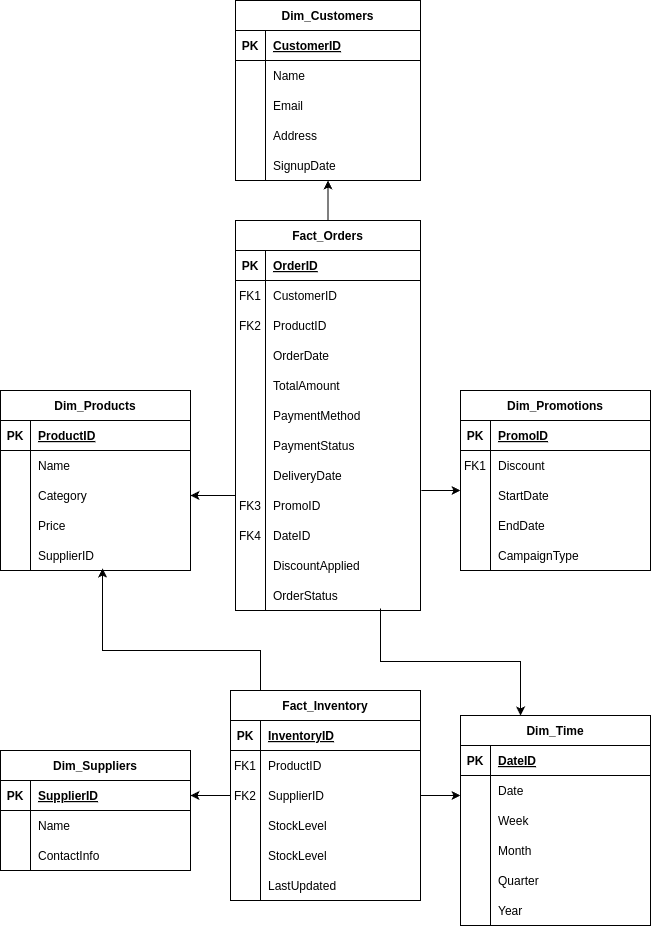
Earlier version of the draw.io export design/ecommerce_star_schema.drawio.png (amanuel496/real-time-ecommerce-etl-pipeline). Source tidied: cells renumbered, new cells last; positions are measured from the earlier drawing's top-left corner, leaving out a move shared by most shapes.
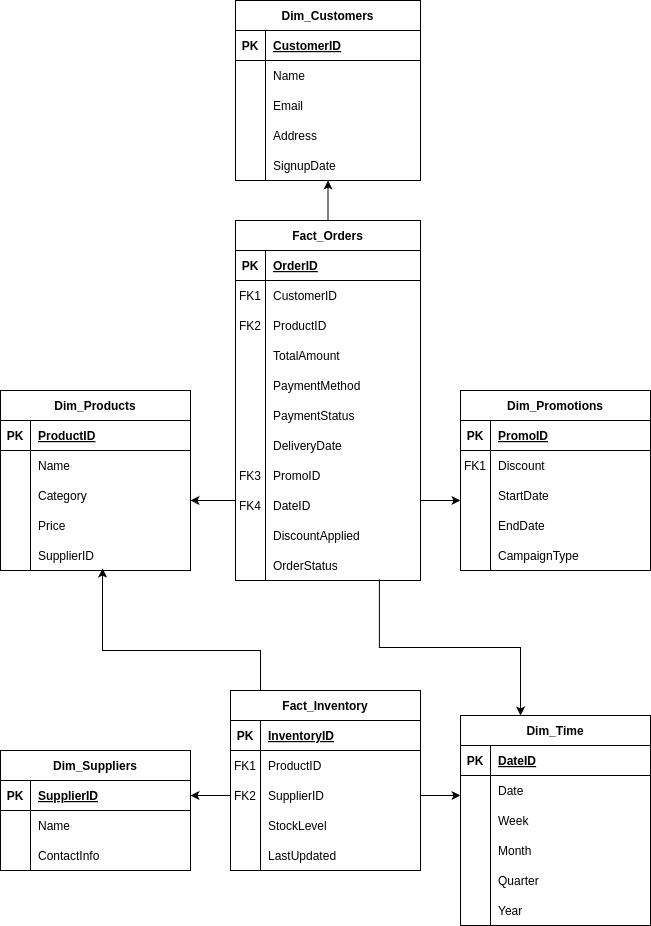
After the change.

Commit message:
Remove streaming script for Kinesis and update Redshift table schema to include SupplierID

Change to the diagram source:
```diff
@@ -2,16 +2,14 @@
   <root>
     <mxCell id="0" />
     <mxCell id="1" parent="0" />
-    <mxCell id="2" style="edgeStyle=elbowEdgeStyle;rounded=0;jettySize=auto;html=1;entryX=0.316;entryY=0;entryDx=0;entryDy=0;elbow=vertical;entryPerimeter=0;exitX=0.719;exitY=0.967;exitDx=0;exitDy=0;exitPerimeter=0;" parent="1" edge="1" target="100">
-      <mxGeometry relative="1" as="geometry">
-        <mxPoint x="380" y="608" as="sourcePoint" />
-      </mxGeometry>
+    <mxCell id="2" style="edgeStyle=elbowEdgeStyle;rounded=0;jettySize=auto;html=1;entryX=0.316;entryY=0;entryDx=0;entryDy=0;elbow=vertical;entryPerimeter=0;exitX=0.778;exitY=0.967;exitDx=0;exitDy=0;exitPerimeter=0;" parent="1" edge="1" source="38" target="100">
+      <mxGeometry relative="1" as="geometry" />
     </mxCell>
     <mxCell id="3" style="edgeStyle=orthogonalEdgeStyle;rounded=0;jettySize=auto;html=1;entryX=0.5;entryY=1;entryDx=0;entryDy=0;" parent="1" edge="1" source="4" target="57">
       <mxGeometry relative="1" as="geometry" />
     </mxCell>
     <mxCell id="4" value="Fact_Orders" style="shape=table;startSize=30;rowLines=0;fontStyle=1;align=center;" parent="1" vertex="1">
-      <mxGeometry x="235" y="220" width="185" height="390" as="geometry" />
+      <mxGeometry x="235" y="220" width="185" height="360" as="geometry" />
     </mxCell>
     <mxCell id="5" style="shape=partialRectangle;fillColor=none;top=0;left=0;right=0;bottom=1;" parent="4" vertex="1">
       <mxGeometry y="30" width="185" height="30" as="geometry" />
@@ -40,17 +38,8 @@
     <mxCell id="13" value="ProductID" style="shape=partialRectangle;overflow=hidden;fillColor=none;top=0;left=0;bottom=0;right=0;align=left;spacingLeft=6;" parent="11" vertex="1">
       <mxGeometry x="30" width="155" height="30" as="geometry" />
     </mxCell>
-    <mxCell id="14" style="shape=partialRectangle;fillColor=none;top=0;left=0;right=0;bottom=0;" parent="4" vertex="1">
-      <mxGeometry y="120" width="185" height="30" as="geometry" />
-    </mxCell>
-    <mxCell id="15" style="shape=partialRectangle;overflow=hidden;fillColor=none;top=0;left=0;bottom=0;right=0;" parent="14" vertex="1">
-      <mxGeometry width="30" height="30" as="geometry" />
-    </mxCell>
-    <mxCell id="16" value="OrderDate" style="shape=partialRectangle;overflow=hidden;fillColor=none;top=0;left=0;bottom=0;right=0;align=left;spacingLeft=6;" parent="14" vertex="1">
-      <mxGeometry x="30" width="155" height="30" as="geometry" />
-    </mxCell>
     <mxCell id="17" style="shape=partialRectangle;fillColor=none;points=[[0,0.5],[1,0.5]];portConstraint=eastwest;top=0;left=0;right=0;bottom=0;" parent="4" vertex="1">
-      <mxGeometry y="150" width="185" height="30" as="geometry" />
+      <mxGeometry y="120" width="185" height="30" as="geometry" />
     </mxCell>
     <mxCell id="18" style="shape=partialRectangle;overflow=hidden;fillColor=none;top=0;left=0;bottom=0;right=0;" parent="17" vertex="1">
       <mxGeometry width="30" height="30" as="geometry" />
@@ -59,7 +48,7 @@
       <mxGeometry x="30" width="155" height="30" as="geometry" />
     </mxCell>
     <mxCell id="20" style="shape=partialRectangle;fillColor=none;top=0;left=0;right=0;bottom=0;" parent="4" vertex="1">
-      <mxGeometry y="180" width="185" height="30" as="geometry" />
+      <mxGeometry y="150" width="185" height="30" as="geometry" />
     </mxCell>
     <mxCell id="21" style="shape=partialRectangle;overflow=hidden;fillColor=none;top=0;left=0;bottom=0;right=0;" parent="20" vertex="1">
       <mxGeometry width="30" height="30" as="geometry" />
@@ -68,7 +57,7 @@
       <mxGeometry x="30" width="155" height="30" as="geometry" />
     </mxCell>
     <mxCell id="23" style="shape=partialRectangle;fillColor=none;top=0;left=0;right=0;bottom=0;" parent="4" vertex="1">
-      <mxGeometry y="210" width="185" height="30" as="geometry" />
+      <mxGeometry y="180" width="185" height="30" as="geometry" />
     </mxCell>
     <mxCell id="24" style="shape=partialRectangle;overflow=hidden;fillColor=none;top=0;left=0;bottom=0;right=0;" parent="23" vertex="1">
       <mxGeometry width="30" height="30" as="geometry" />
@@ -77,7 +66,7 @@
       <mxGeometry x="30" width="155" height="30" as="geometry" />
     </mxCell>
     <mxCell id="26" style="shape=partialRectangle;fillColor=none;points=[[0,0.5],[1,0.5]];portConstraint=eastwest;top=0;left=0;right=0;bottom=0;" parent="4" vertex="1">
-      <mxGeometry y="240" width="185" height="30" as="geometry" />
+      <mxGeometry y="210" width="185" height="30" as="geometry" />
     </mxCell>
     <mxCell id="27" style="shape=partialRectangle;overflow=hidden;fillColor=none;top=0;left=0;bottom=0;right=0;" parent="26" vertex="1">
       <mxGeometry width="30" height="30" as="geometry" />
@@ -86,7 +75,7 @@
       <mxGeometry x="30" width="155" height="30" as="geometry" />
     </mxCell>
     <mxCell id="29" style="shape=partialRectangle;fillColor=none;top=0;left=0;right=0;bottom=0;" parent="4" vertex="1">
-      <mxGeometry y="270" width="185" height="30" as="geometry" />
+      <mxGeometry y="240" width="185" height="30" as="geometry" />
     </mxCell>
     <mxCell id="30" value="FK3" style="shape=partialRectangle;overflow=hidden;fillColor=none;top=0;left=0;bottom=0;right=0;" parent="29" vertex="1">
       <mxGeometry width="30" height="30" as="geometry" />
@@ -95,7 +84,7 @@
       <mxGeometry x="30" width="155" height="30" as="geometry" />
     </mxCell>
     <mxCell id="32" style="shape=partialRectangle;fillColor=none;top=0;left=0;right=0;bottom=0;" parent="4" vertex="1">
-      <mxGeometry y="300" width="185" height="30" as="geometry" />
+      <mxGeometry y="270" width="185" height="30" as="geometry" />
     </mxCell>
     <mxCell id="33" value="FK4" style="shape=partialRectangle;overflow=hidden;fillColor=none;top=0;left=0;bottom=0;right=0;" parent="32" vertex="1">
       <mxGeometry width="30" height="30" as="geometry" />
@@ -104,7 +93,7 @@
       <mxGeometry x="30" width="155" height="30" as="geometry" />
     </mxCell>
     <mxCell id="35" style="shape=partialRectangle;fillColor=none;top=0;left=0;right=0;bottom=0;" parent="4" vertex="1">
-      <mxGeometry y="330" width="185" height="30" as="geometry" />
+      <mxGeometry y="300" width="185" height="30" as="geometry" />
     </mxCell>
     <mxCell id="36" style="shape=partialRectangle;overflow=hidden;fillColor=none;top=0;left=0;bottom=0;right=0;" parent="35" vertex="1">
       <mxGeometry width="30" height="30" as="geometry" />
@@ -113,7 +102,7 @@
       <mxGeometry x="30" width="155" height="30" as="geometry" />
     </mxCell>
     <mxCell id="38" style="shape=partialRectangle;fillColor=none;points=[[0,0.5],[1,0.5]];portConstraint=eastwest;top=0;left=0;right=0;bottom=0;" parent="4" vertex="1">
-      <mxGeometry y="360" width="185" height="30" as="geometry" />
+      <mxGeometry y="330" width="185" height="30" as="geometry" />
     </mxCell>
     <mxCell id="39" style="shape=partialRectangle;overflow=hidden;fillColor=none;top=0;left=0;bottom=0;right=0;" parent="38" vertex="1">
       <mxGeometry width="30" height="30" as="geometry" />
@@ -360,16 +349,18 @@
     <mxCell id="118" value="Year" style="shape=partialRectangle;overflow=hidden;fillColor=none;top=0;left=0;bottom=0;right=0;align=left;spacingLeft=6;" parent="116" vertex="1">
       <mxGeometry x="30" width="160" height="30" as="geometry" />
     </mxCell>
-    <mxCell id="119" style="rounded=0;jettySize=auto;html=1;exitX=1.005;exitY=1;exitDx=0;exitDy=0;exitPerimeter=0;" parent="1" edge="1" source="26">
+    <mxCell id="119" style="rounded=0;orthogonalLoop=1;jettySize=auto;html=1;" parent="1" edge="1">
       <mxGeometry relative="1" as="geometry">
-        <mxPoint x="460" y="490" as="targetPoint" />
+        <mxPoint x="420" y="500" as="sourcePoint" />
+        <mxPoint x="460" y="500" as="targetPoint" />
       </mxGeometry>
     </mxCell>
-    <mxCell id="120" style="edgeStyle=elbowEdgeStyle;rounded=0;jettySize=auto;html=1;elbow=vertical;exitX=0;exitY=0.5;exitDx=0;exitDy=0;" parent="1" edge="1" source="17">
+    <mxCell id="120" style="edgeStyle=elbowEdgeStyle;rounded=0;orthogonalLoop=1;jettySize=auto;html=1;elbow=vertical;exitX=0;exitY=0.5;exitDx=0;exitDy=0;" parent="1" edge="1">
       <mxGeometry relative="1" as="geometry">
-        <mxPoint x="190" y="495" as="targetPoint" />
+        <mxPoint x="235" y="360" as="sourcePoint" />
+        <mxPoint x="190" y="500" as="targetPoint" />
         <Array as="points">
-          <mxPoint x="220" y="495" />
+          <mxPoint x="220" y="500" />
         </Array>
       </mxGeometry>
     </mxCell>
@@ -382,7 +373,7 @@
       </mxGeometry>
     </mxCell>
     <mxCell id="122" value="Fact_Inventory" style="shape=table;startSize=30;rowLines=0;fontStyle=1;align=center;" parent="1" vertex="1">
-      <mxGeometry x="230" y="690" width="190" height="210" as="geometry" />
+      <mxGeometry x="230" y="690" width="190" height="180" as="geometry" />
     </mxCell>
     <mxCell id="123" style="shape=partialRectangle;fillColor=none;top=0;left=0;right=0;bottom=1;" parent="122" vertex="1">
       <mxGeometry y="30" width="190" height="30" as="geometry" />
@@ -420,17 +411,8 @@
     <mxCell id="134" value="StockLevel" style="shape=partialRectangle;overflow=hidden;fillColor=none;top=0;left=0;bottom=0;right=0;align=left;spacingLeft=6;" parent="132" vertex="1">
       <mxGeometry x="30" width="160" height="30" as="geometry" />
     </mxCell>
-    <mxCell id="135" style="shape=partialRectangle;fillColor=none;top=0;left=0;right=0;bottom=0;" parent="122" vertex="1">
-      <mxGeometry y="150" width="190" height="30" as="geometry" />
-    </mxCell>
-    <mxCell id="136" style="shape=partialRectangle;overflow=hidden;fillColor=none;top=0;left=0;bottom=0;right=0;" parent="135" vertex="1">
-      <mxGeometry width="30" height="30" as="geometry" />
-    </mxCell>
-    <mxCell id="137" value="StockLevel" style="shape=partialRectangle;overflow=hidden;fillColor=none;top=0;left=0;bottom=0;right=0;align=left;spacingLeft=6;" parent="135" vertex="1">
-      <mxGeometry x="30" width="160" height="30" as="geometry" />
-    </mxCell>
     <mxCell id="138" style="shape=partialRectangle;fillColor=none;top=0;left=0;right=0;bottom=0;" parent="122" vertex="1">
-      <mxGeometry y="180" width="190" height="30" as="geometry" />
+      <mxGeometry y="150" width="190" height="30" as="geometry" />
     </mxCell>
     <mxCell id="139" style="shape=partialRectangle;overflow=hidden;fillColor=none;top=0;left=0;bottom=0;right=0;" parent="138" vertex="1">
       <mxGeometry width="30" height="30" as="geometry" />
```
